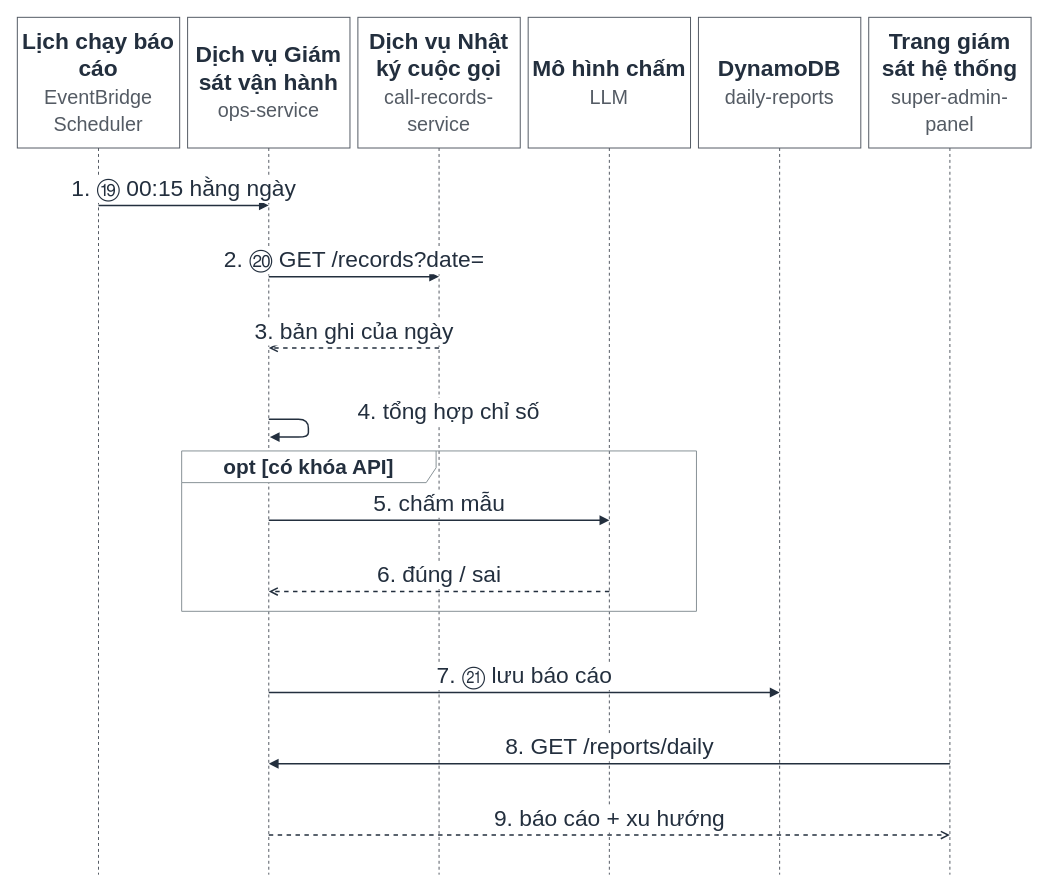
Above: page "S7 Báo cáo ngày" (7 of 7) of docs/diagrams/H4_sequences.drawio in nexgenspeak-max/AI-Powered-Driver-Assistant (draw.io), before the change. Source tidied: cells renumbered, new cells numbered last; positions are measured from the earlier drawing's top-left corner, leaving out a move shared by most shapes. Both pictures are drawn from the tidied source at 99%, with x=0, y=0 at pixel (17, 17).
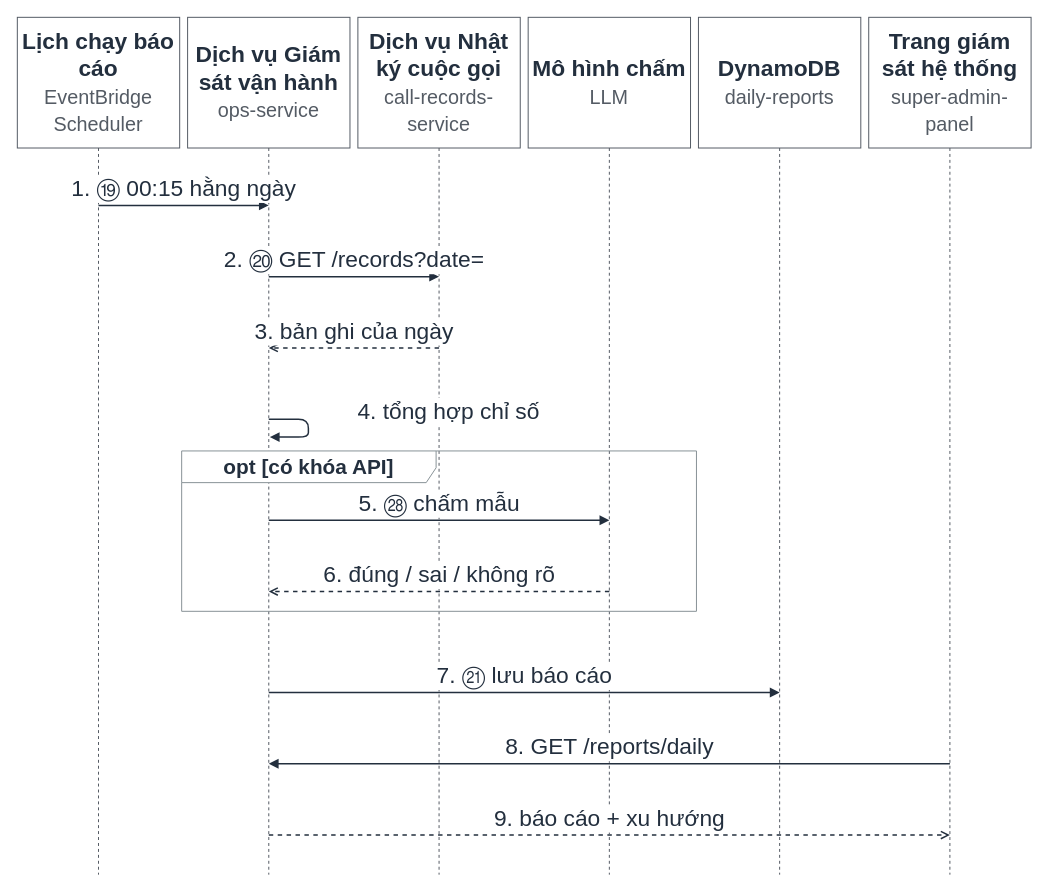
After the change.

Commit message (it also covers changes not shown here):
docs(thesis): diagram and table audit against the text

What changed in the source:
```diff
@@
-    <mxCell id="12" value="5. chấm mẫu" style="html=1;verticalAlign=bottom;endArrow=block;endFill=1;strokeColor=#232F3E;strokeWidth=1.5;fontSize=23;fontColor=#232F3E;labelBackgroundColor=#FFFFFF;fontFamily=Helvetica;" parent="1" edge="1">
+    <mxCell id="12" value="5. ㉘ chấm mẫu" style="html=1;verticalAlign=bottom;endArrow=block;endFill=1;strokeColor=#232F3E;strokeWidth=1.5;fontSize=23;fontColor=#232F3E;labelBackgroundColor=#FFFFFF;fontFamily=Helvetica;" parent="1" edge="1">
       <mxGeometry relative="1" as="geometry">
         <mxPoint x="254" y="508" as="sourcePoint" />
         <mxPoint x="598" y="508" as="targetPoint" />
       </mxGeometry>
     </mxCell>
-    <mxCell id="13" value="6. đúng / sai" style="html=1;verticalAlign=bottom;endArrow=open;endFill=0;strokeColor=#232F3E;strokeWidth=1.5;fontSize=23;fontColor=#232F3E;labelBackgroundColor=#FFFFFF;fontFamily=Helvetica;dashed=1;" parent="1" edge="1">
+    <mxCell id="13" value="6. đúng / sai / không rõ" style="html=1;verticalAlign=bottom;endArrow=open;endFill=0;strokeColor=#232F3E;strokeWidth=1.5;fontSize=23;fontColor=#232F3E;labelBackgroundColor=#FFFFFF;fontFamily=Helvetica;dashed=1;" parent="1" edge="1">
       <mxGeometry relative="1" as="geometry">
         <mxPoint x="598" y="580" as="sourcePoint" />
         <mxPoint x="254" y="580" as="targetPoint" />
       </mxGeometry>
     </mxCell>
```
